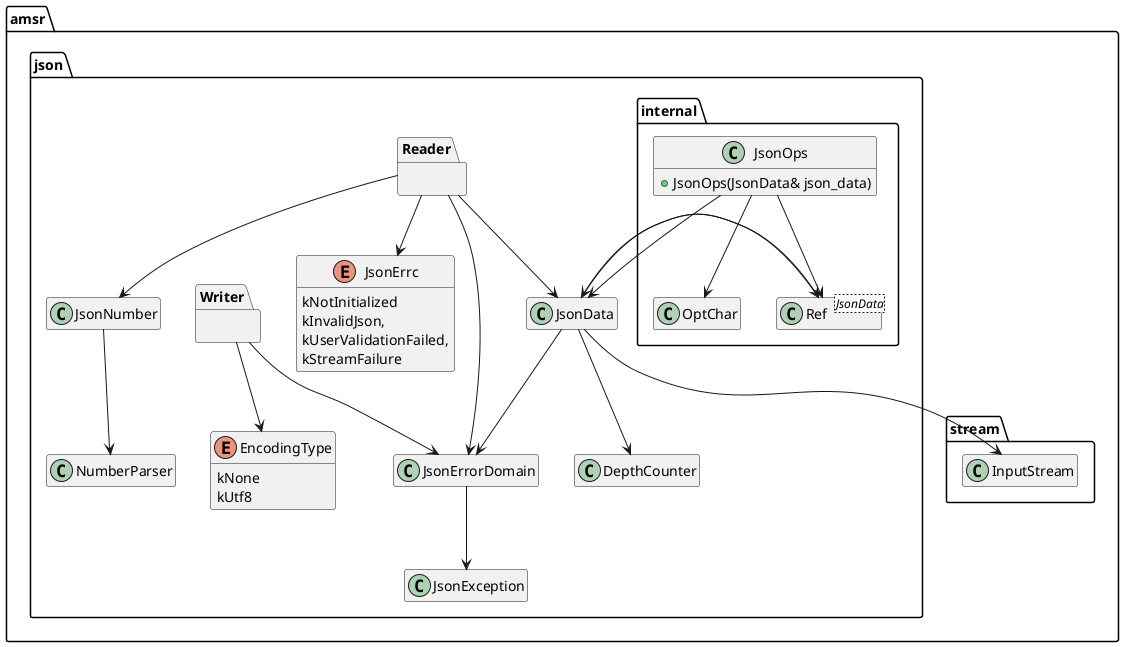
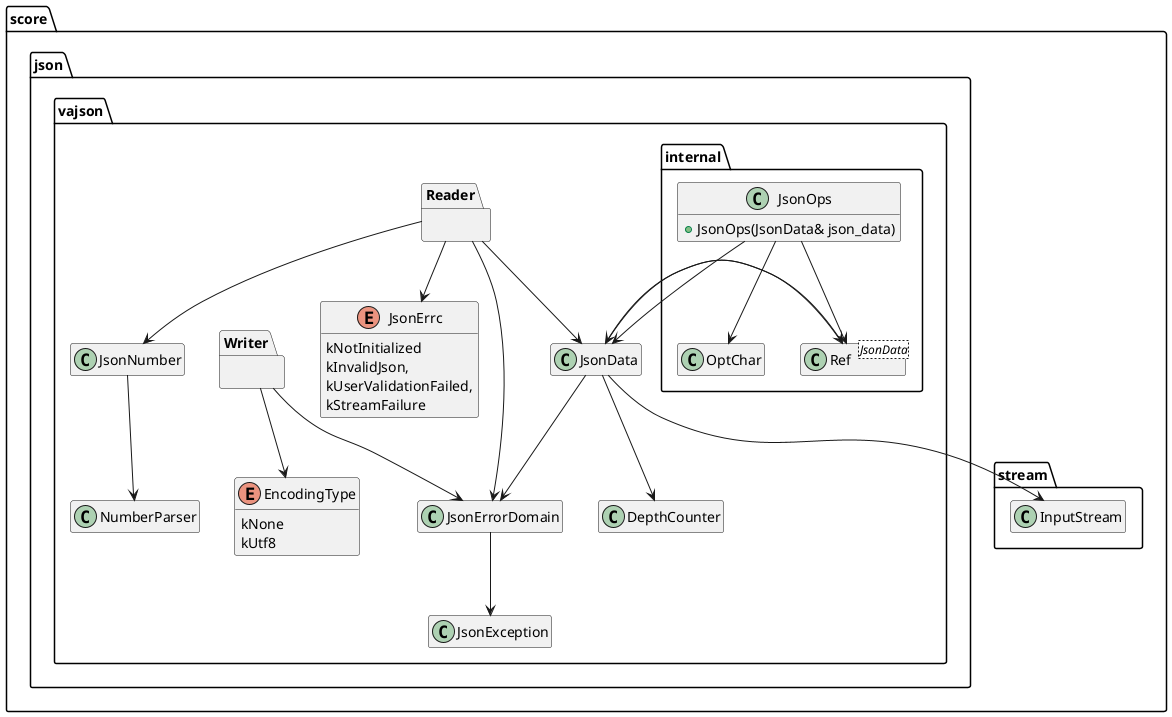
@startuml
hide empty members

- package "amsr" {
+ package "score" {
  package stream {
    class InputStream {}
  }

  package "json" {
+   package "vajson" {
    enum JsonErrc {
      kNotInitialized
      kInvalidJson,
      kUserValidationFailed,
      kStreamFailure
    }


    class NumberParser {}

    class JsonNumber {}

    enum EncodingType {
      kNone
      kUtf8
    }

    package Reader {
    }

    package Writer {
    }

    class JsonData {}

    class DepthCounter {}
    class JsonErrorDomain {}
    class JsonException {}

    package "internal" {
      class JsonOps {
        + JsonOps(JsonData& json_data)
      }
      class Ref<JsonData> {}
      class OptChar {}
    }
  }
+   }
}

JsonNumber --> NumberParser

Reader -down-> JsonNumber
Reader -down-> JsonErrorDomain
Reader -down-> JsonErrc
Reader -down-> JsonData

Writer -down-> JsonErrorDomain
Writer -down-> EncodingType

JsonOps --> Ref
Ref --> JsonData
JsonData --> Ref
JsonOps --> JsonData
JsonOps --> OptChar

JsonData --> InputStream
JsonData --> DepthCounter
JsonData --> JsonErrorDomain
JsonErrorDomain --> JsonException

@enduml